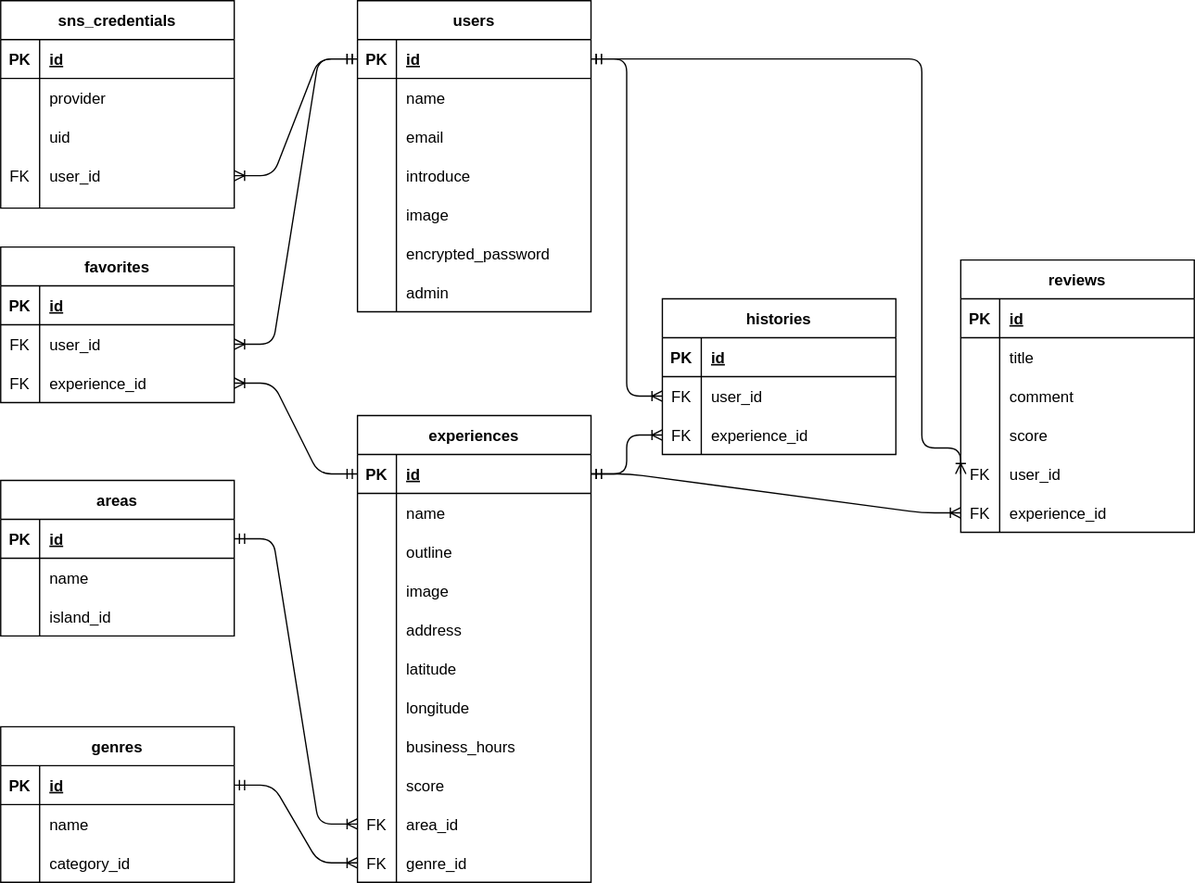
Before: db/let's-enjoy-hawaii.drawio.svg, a diagram exported from draw.io (Yasunori-aloha/lets-enjoy-hawaii). Source tidied: cells renumbered, new cells last; positions are measured from the earlier drawing's top-left corner, leaving out a move shared by most shapes.
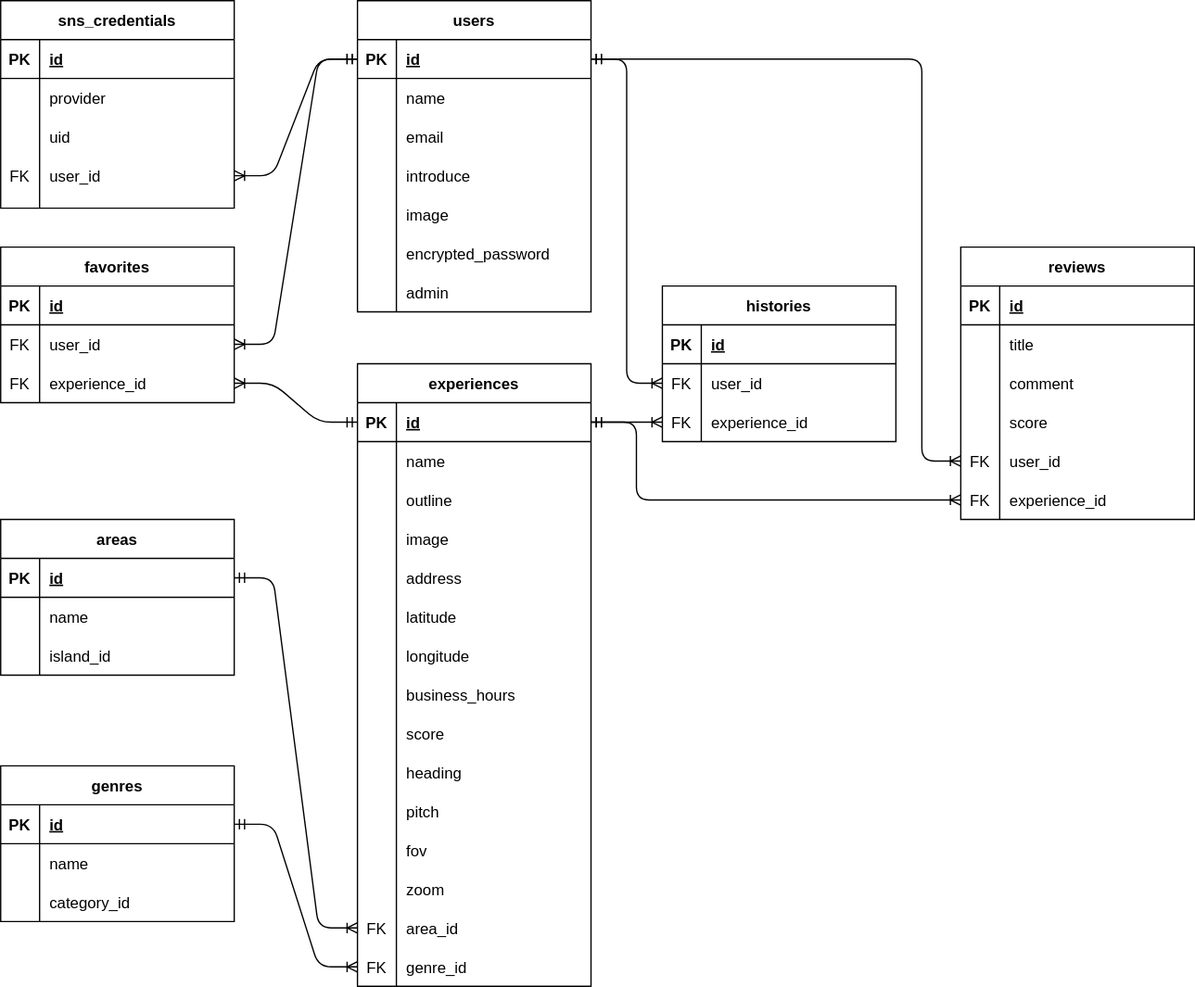
The same file after the commit.

Diff of the diagram source:
```diff
@@ -33,7 +33,7 @@
       <mxGeometry x="30" width="150" height="30" as="geometry" />
     </mxCell>
     <mxCell id="12" value="users" style="shape=table;startSize=30;rowLines=0;fontStyle=1;align=center;" parent="1" vertex="1">
-      <mxGeometry x="275" width="180" height="240" as="geometry" />
+      <mxGeometry x="275" y="-30" width="180" height="240" as="geometry" />
     </mxCell>
     <mxCell id="13" style="shape=partialRectangle;fillColor=none;top=0;left=0;bottom=1;right=0;points=[[0,0.5],[1,0.5]];portConstraint=eastwest;" parent="12" vertex="1">
       <mxGeometry y="30" width="180" height="30" as="geometry" />
@@ -99,7 +99,7 @@
       <mxGeometry x="30" width="150" height="30" as="geometry" />
     </mxCell>
     <mxCell id="34" value="favorites" style="shape=table;startSize=30;rowLines=0;fontStyle=1;align=center;" parent="1" vertex="1">
-      <mxGeometry y="190" width="180" height="120" as="geometry" />
+      <mxGeometry y="160" width="180" height="120" as="geometry" />
     </mxCell>
     <mxCell id="35" style="shape=partialRectangle;fillColor=none;top=0;left=0;bottom=1;right=0;" parent="34" vertex="1">
       <mxGeometry y="30" width="180" height="30" as="geometry" />
@@ -174,7 +174,7 @@
       <mxGeometry relative="1" as="geometry" />
     </mxCell>
     <mxCell id="59" value="reviews" style="shape=table;startSize=30;rowLines=0;fontStyle=1;align=center;" parent="1" vertex="1">
-      <mxGeometry x="740" y="200" width="180" height="210" as="geometry" />
+      <mxGeometry x="740" y="160" width="180" height="210" as="geometry" />
     </mxCell>
     <mxCell id="60" style="shape=partialRectangle;fillColor=none;top=0;left=0;bottom=1;right=0;" parent="59" vertex="1">
       <mxGeometry y="30" width="180" height="30" as="geometry" />
@@ -231,7 +231,7 @@
       <mxGeometry x="30" width="150" height="30" as="geometry" />
     </mxCell>
     <mxCell id="78" value="histories" style="shape=table;startSize=30;rowLines=0;fontStyle=1;align=center;" parent="1" vertex="1">
-      <mxGeometry x="510" y="230" width="180" height="120" as="geometry" />
+      <mxGeometry x="510" y="190" width="180" height="120" as="geometry" />
     </mxCell>
     <mxCell id="79" style="shape=partialRectangle;fillColor=none;top=0;left=0;bottom=1;right=0;" parent="78" vertex="1">
       <mxGeometry y="30" width="180" height="30" as="geometry" />
@@ -260,14 +260,19 @@
     <mxCell id="87" value="experience_id" style="shape=partialRectangle;fillColor=none;top=0;left=0;bottom=0;right=0;align=left;spacingLeft=6;fontStyle=0;overflow=hidden;" parent="85" vertex="1">
       <mxGeometry x="30" width="150" height="30" as="geometry" />
     </mxCell>
-    <mxCell id="88" style="edgeStyle=entityRelationEdgeStyle;fontSize=12;html=1;endArrow=ERoneToMany;startArrow=ERmandOne;entryX=0;entryY=0.5;entryDx=0;entryDy=0;exitX=1;exitY=0.5;exitDx=0;exitDy=0;" parent="1" edge="1" source="92" target="75">
-      <mxGeometry relative="1" as="geometry" />
+    <mxCell id="88" style="edgeStyle=orthogonalEdgeStyle;fontSize=12;html=1;endArrow=ERoneToMany;startArrow=ERmandOne;entryX=0;entryY=0.5;entryDx=0;entryDy=0;exitX=1;exitY=0.5;exitDx=0;exitDy=0;" parent="1" edge="1" source="92" target="75">
+      <mxGeometry relative="1" as="geometry">
+        <Array as="points">
+          <mxPoint x="490" y="295" />
+          <mxPoint x="490" y="355" />
+        </Array>
+      </mxGeometry>
     </mxCell>
-    <mxCell id="89" style="edgeStyle=orthogonalEdgeStyle;fontSize=12;html=1;endArrow=ERoneToMany;startArrow=ERmandOne;entryX=0;entryY=0.5;entryDx=0;entryDy=0;exitX=1;exitY=0.5;exitDx=0;exitDy=0;" parent="1" edge="1" source="13" target="72">
+    <mxCell id="89" style="edgeStyle=orthogonalEdgeStyle;fontSize=12;html=1;endArrow=ERoneToMany;startArrow=ERmandOne;exitX=1;exitY=0.5;exitDx=0;exitDy=0;entryX=0;entryY=0.5;entryDx=0;entryDy=0;" parent="1" edge="1" source="13" target="72">
       <mxGeometry relative="1" as="geometry">
         <Array as="points">
-          <mxPoint x="710" y="45" />
-          <mxPoint x="710" y="345" />
+          <mxPoint x="710" y="15" />
+          <mxPoint x="710" y="325" />
         </Array>
       </mxGeometry>
     </mxCell>
@@ -275,7 +280,7 @@
       <mxGeometry relative="1" as="geometry" />
     </mxCell>
     <mxCell id="91" value="experiences" style="shape=table;startSize=30;rowLines=0;fontStyle=1;align=center;" parent="1" vertex="1">
-      <mxGeometry x="275" y="320" width="180" height="360" as="geometry" />
+      <mxGeometry x="275" y="250" width="180" height="480" as="geometry" />
     </mxCell>
     <mxCell id="92" style="shape=partialRectangle;fillColor=none;top=0;left=0;bottom=1;right=0;points=[[0,0.5],[1,0.5]];portConstraint=eastwest;" parent="91" vertex="1">
       <mxGeometry y="30" width="180" height="30" as="geometry" />
@@ -358,8 +363,44 @@
     <mxCell id="118" value="score" style="shape=partialRectangle;fillColor=none;top=0;left=0;bottom=0;right=0;align=left;spacingLeft=6;fontStyle=0;overflow=hidden;" parent="116" vertex="1">
       <mxGeometry x="30" width="150" height="30" as="geometry" />
     </mxCell>
+    <mxCell id="139" style="shape=partialRectangle;fillColor=none;top=0;left=0;bottom=0;right=0;" parent="91" vertex="1">
+      <mxGeometry y="300" width="180" height="30" as="geometry" />
+    </mxCell>
+    <mxCell id="140" style="shape=partialRectangle;fillColor=none;top=0;left=0;bottom=0;right=0;overflow=hidden;" parent="139" vertex="1">
+      <mxGeometry width="30" height="30" as="geometry" />
+    </mxCell>
+    <mxCell id="141" value="heading" style="shape=partialRectangle;fillColor=none;top=0;left=0;bottom=0;right=0;align=left;spacingLeft=6;overflow=hidden;" parent="139" vertex="1">
+      <mxGeometry x="30" width="150" height="30" as="geometry" />
+    </mxCell>
+    <mxCell id="142" style="shape=partialRectangle;fillColor=none;top=0;left=0;bottom=0;right=0;" parent="91" vertex="1">
+      <mxGeometry y="330" width="180" height="30" as="geometry" />
+    </mxCell>
+    <mxCell id="143" style="shape=partialRectangle;fillColor=none;top=0;left=0;bottom=0;right=0;overflow=hidden;" parent="142" vertex="1">
+      <mxGeometry width="30" height="30" as="geometry" />
+    </mxCell>
+    <mxCell id="144" value="pitch" style="shape=partialRectangle;fillColor=none;top=0;left=0;bottom=0;right=0;align=left;spacingLeft=6;overflow=hidden;" parent="142" vertex="1">
+      <mxGeometry x="30" width="150" height="30" as="geometry" />
+    </mxCell>
+    <mxCell id="145" style="shape=partialRectangle;fillColor=none;top=0;left=0;bottom=0;right=0;" parent="91" vertex="1">
+      <mxGeometry y="360" width="180" height="30" as="geometry" />
+    </mxCell>
+    <mxCell id="146" style="shape=partialRectangle;fillColor=none;top=0;left=0;bottom=0;right=0;overflow=hidden;" parent="145" vertex="1">
+      <mxGeometry width="30" height="30" as="geometry" />
+    </mxCell>
+    <mxCell id="147" value="fov" style="shape=partialRectangle;fillColor=none;top=0;left=0;bottom=0;right=0;align=left;spacingLeft=6;overflow=hidden;" parent="145" vertex="1">
+      <mxGeometry x="30" width="150" height="30" as="geometry" />
+    </mxCell>
+    <mxCell id="148" style="shape=partialRectangle;fillColor=none;top=0;left=0;bottom=0;right=0;" parent="91" vertex="1">
+      <mxGeometry y="390" width="180" height="30" as="geometry" />
+    </mxCell>
+    <mxCell id="149" style="shape=partialRectangle;fillColor=none;top=0;left=0;bottom=0;right=0;overflow=hidden;" parent="148" vertex="1">
+      <mxGeometry width="30" height="30" as="geometry" />
+    </mxCell>
+    <mxCell id="150" value="zoom" style="shape=partialRectangle;fillColor=none;top=0;left=0;bottom=0;right=0;align=left;spacingLeft=6;overflow=hidden;" parent="148" vertex="1">
+      <mxGeometry x="30" width="150" height="30" as="geometry" />
+    </mxCell>
     <mxCell id="119" style="shape=partialRectangle;fillColor=none;top=0;left=0;bottom=0;right=0;points=[[0,0.5],[1,0.5]];portConstraint=eastwest;" parent="91" vertex="1">
-      <mxGeometry y="300" width="180" height="30" as="geometry" />
+      <mxGeometry y="420" width="180" height="30" as="geometry" />
     </mxCell>
     <mxCell id="120" value="FK" style="shape=partialRectangle;fillColor=none;top=0;left=0;bottom=0;right=0;fontStyle=0;overflow=hidden;" parent="119" vertex="1">
       <mxGeometry width="30" height="30" as="geometry" />
@@ -368,7 +409,7 @@
       <mxGeometry x="30" width="150" height="30" as="geometry" />
     </mxCell>
     <mxCell id="122" style="shape=partialRectangle;fillColor=none;top=0;left=0;bottom=0;right=0;points=[[0,0.5],[1,0.5]];portConstraint=eastwest;" parent="91" vertex="1">
-      <mxGeometry y="330" width="180" height="30" as="geometry" />
+      <mxGeometry y="450" width="180" height="30" as="geometry" />
     </mxCell>
     <mxCell id="123" value="FK" style="shape=partialRectangle;fillColor=none;top=0;left=0;bottom=0;right=0;fontStyle=0;overflow=hidden;" parent="122" vertex="1">
       <mxGeometry width="30" height="30" as="geometry" />
@@ -377,7 +418,7 @@
       <mxGeometry x="30" width="150" height="30" as="geometry" />
     </mxCell>
     <mxCell id="125" value="sns_credentials" style="shape=table;startSize=30;rowLines=0;fontStyle=1;align=center;" parent="1" vertex="1">
-      <mxGeometry width="180" height="160" as="geometry" />
+      <mxGeometry y="-30" width="180" height="160" as="geometry" />
     </mxCell>
     <mxCell id="126" style="shape=partialRectangle;fillColor=none;top=0;left=0;bottom=1;right=0;" parent="125" vertex="1">
       <mxGeometry y="30" width="180" height="30" as="geometry" />
```
